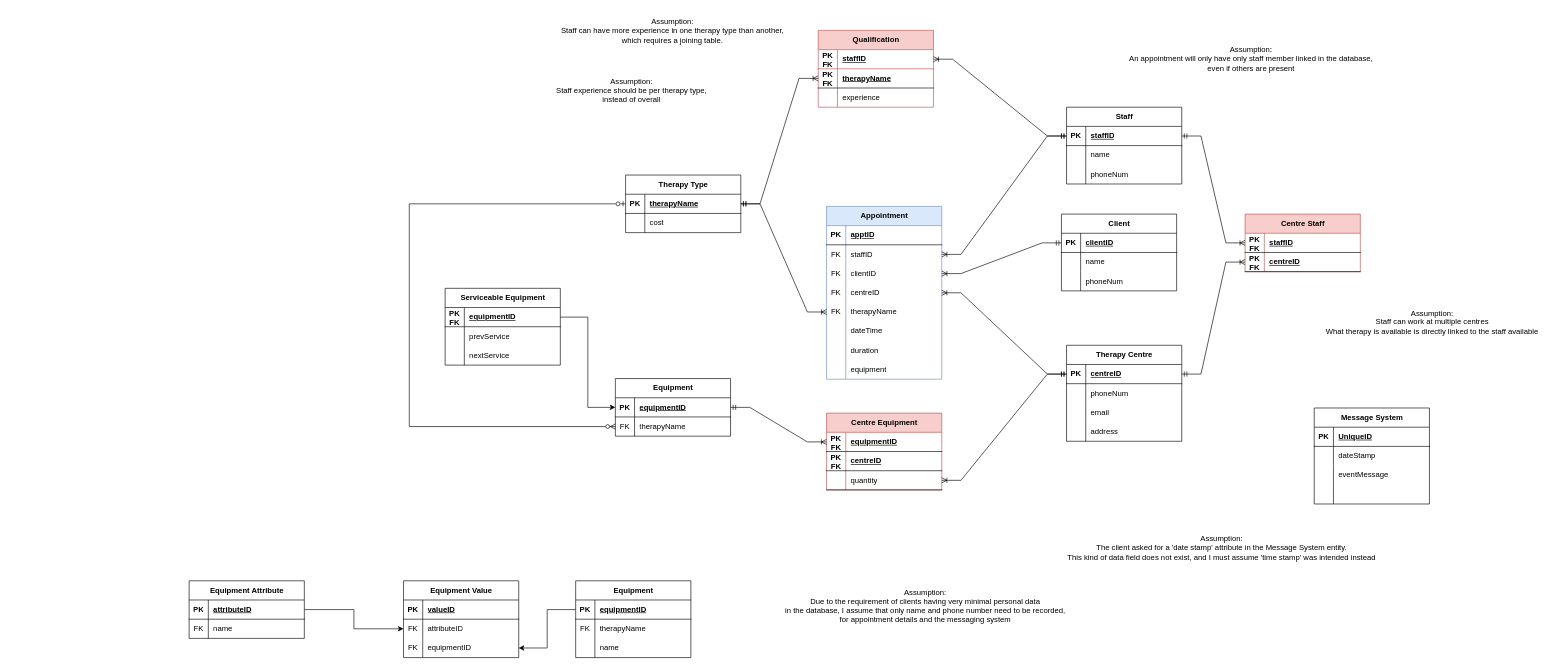
Earlier version of the draw.io diagram Task3a.drawio (Cowsox/Cowsox). Source tidied: cells renumbered, new cells numbered last; positions are measured from the earlier drawing's top-left corner, leaving out a move shared by most shapes. Both pictures are drawn from the tidied source at 64%, with x=0, y=0 at pixel (189, 13).
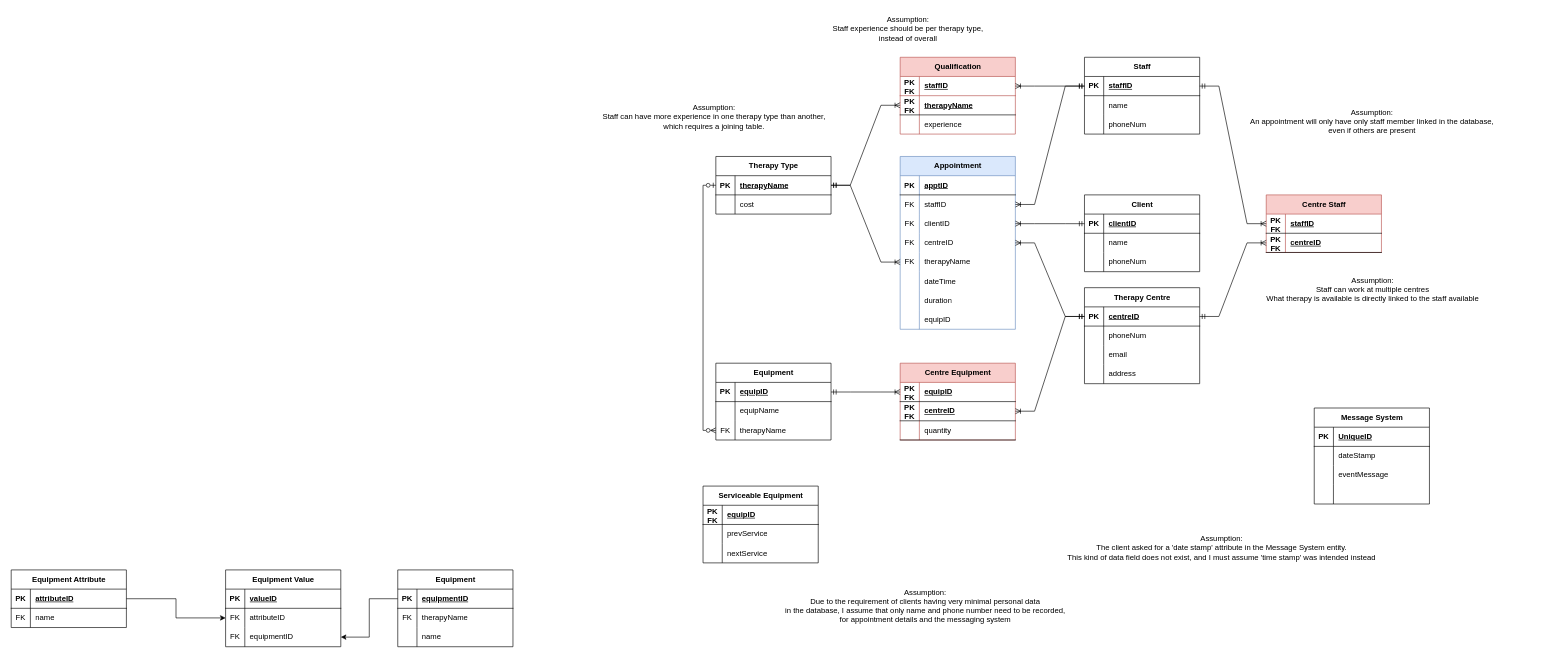
The same page after the edit.

Unchanged cells that the change refers to:
```xml
<mxCell id="23" style="shape=tableRow;horizontal=0;startSize=0;swimlaneHead=0;swimlaneBody=0;fillColor=none;points=[[0,0.5],[1,0.5]];portConstraint=eastwest;top=0;left=0;right=0;bottom=1;" parent="22" vertex="1">
  <mxGeometry y="30" width="180" height="30" as="geometry" />
</mxCell>
<mxCell id="65" style="shape=tableRow;horizontal=0;startSize=0;swimlaneHead=0;swimlaneBody=0;fillColor=none;top=0;left=0;right=0;bottom=0;" parent="43" vertex="1">
  <mxGeometry y="240" width="180" height="30" as="geometry" />
</mxCell>
<mxCell id="79" style="shape=tableRow;horizontal=0;startSize=0;swimlaneHead=0;swimlaneBody=0;fillColor=none;points=[[0,0.5],[1,0.5]];portConstraint=eastwest;top=0;left=0;right=0;bottom=1;" parent="78" vertex="1">
  <mxGeometry y="30" width="180" height="30" as="geometry" />
</mxCell>
<mxCell id="82" style="shape=tableRow;horizontal=0;startSize=0;swimlaneHead=0;swimlaneBody=0;fillColor=none;points=[[0,0.5],[1,0.5]];portConstraint=eastwest;top=0;left=0;right=0;bottom=1;" parent="78" vertex="1">
  <mxGeometry y="60" width="180" height="30" as="geometry" />
</mxCell>
<mxCell id="85" style="shape=tableRow;horizontal=0;startSize=0;swimlaneHead=0;swimlaneBody=0;fillColor=none;points=[[0,0.5],[1,0.5]];portConstraint=eastwest;top=0;left=0;right=0;bottom=1;" parent="78" vertex="1">
  <mxGeometry y="90" width="180" height="30" as="geometry" />
</mxCell>
<mxCell id="101" style="shape=tableRow;horizontal=0;startSize=0;swimlaneHead=0;swimlaneBody=0;fillColor=none;points=[[0,0.5],[1,0.5]];portConstraint=eastwest;top=0;left=0;right=0;bottom=1;" parent="100" vertex="1">
  <mxGeometry y="30" width="180" height="30" as="geometry" />
</mxCell>
<mxCell id="111" style="shape=tableRow;horizontal=0;startSize=0;swimlaneHead=0;swimlaneBody=0;fillColor=none;points=[[0,0.5],[1,0.5]];portConstraint=eastwest;top=0;left=0;right=0;bottom=1;" parent="110" vertex="1">
  <mxGeometry y="30" width="180" height="30" as="geometry" />
</mxCell>
```

The edit, as a diff of the source:
```diff
@@
     <mxCell id="2" value="Client" style="shape=table;startSize=30;childLayout=tableLayout;rowLines=0;fontStyle=1;align=center;html=1;" parent="1" vertex="1">
-      <mxGeometry x="1363" y="314" width="180" height="120" as="geometry" />
+      <mxGeometry x="1399" y="284" width="180" height="120" as="geometry" />
     </mxCell>
@@
     <mxCell id="12" value="Staff" style="shape=table;startSize=30;childLayout=tableLayout;rowLines=0;fontStyle=1;align=center;html=1;" parent="1" vertex="1">
-      <mxGeometry x="1371" y="147" width="180" height="120" as="geometry" />
+      <mxGeometry x="1399" y="69" width="180" height="120" as="geometry" />
     </mxCell>
@@
     <mxCell id="22" value="Therapy Centre" style="shape=table;startSize=30;childLayout=tableLayout;rowLines=0;fontStyle=1;align=center;html=1;" parent="1" vertex="1">
-      <mxGeometry x="1371" y="519" width="180" height="150" as="geometry" />
+      <mxGeometry x="1399" y="429" width="180" height="150" as="geometry" />
     </mxCell>
@@
-    <mxCell id="35" style="edgeStyle=orthogonalEdgeStyle;rounded=0;jettySize=auto;html=1;exitX=0;exitY=0.5;exitDx=0;exitDy=0;entryX=0;entryY=0.5;entryDx=0;entryDy=0;startArrow=ERzeroToOne;startFill=0;endArrow=ERzeroToMany;endFill=0;" parent="1" edge="1" source="36" target="114">
-      <mxGeometry relative="1" as="geometry">
-        <Array as="points">
-          <mxPoint x="344" y="298" />
-          <mxPoint x="344" y="646" />
-        </Array>
-      </mxGeometry>
+    <mxCell id="35" style="edgeStyle=orthogonalEdgeStyle;rounded=0;jettySize=auto;html=1;exitX=0;exitY=0.5;exitDx=0;exitDy=0;startArrow=ERzeroToOne;startFill=0;endArrow=ERzeroToMany;endFill=0;entryX=0;entryY=0.5;entryDx=0;entryDy=0;" parent="1" edge="1" source="36" target="114">
+      <mxGeometry relative="1" as="geometry" />
     </mxCell>
     <mxCell id="36" value="Therapy Type" style="shape=table;startSize=30;childLayout=tableLayout;rowLines=0;fontStyle=1;align=center;html=1;" parent="1" vertex="1">
-      <mxGeometry x="682" y="253" width="180" height="90" as="geometry" />
+      <mxGeometry x="823" y="224" width="180" height="90" as="geometry" />
     </mxCell>
@@
     <mxCell id="43" value="Appointment" style="shape=table;startSize=30;childLayout=tableLayout;rowLines=0;fontStyle=1;align=center;html=1;fillColor=#dae8fc;strokeColor=#6c8ebf;" parent="1" vertex="1">
-      <mxGeometry x="996" y="302" width="180" height="270" as="geometry" />
+      <mxGeometry x="1111" y="224" width="180" height="270" as="geometry" />
     </mxCell>
@@
-    <mxCell id="67" value="equipment" style="shape=partialRectangle;fillColor=none;top=0;left=0;bottom=0;right=0;align=left;spacingLeft=6;overflow=hidden;whiteSpace=wrap;html=1;" parent="65" vertex="1">
+    <mxCell id="67" value="equipID" style="shape=partialRectangle;fillColor=none;top=0;left=0;bottom=0;right=0;align=left;spacingLeft=6;overflow=hidden;whiteSpace=wrap;html=1;" parent="65" vertex="1">
       <mxGeometry x="30" width="150" height="30" as="geometry" />
     </mxCell>
     <mxCell id="68" value="Centre Staff" style="shape=table;startSize=30;childLayout=tableLayout;rowLines=0;fontStyle=1;align=center;html=1;fillColor=#f8cecc;strokeColor=#b85450;" parent="1" vertex="1">
-      <mxGeometry x="1650" y="314" width="180" height="90" as="geometry" />
+      <mxGeometry x="1683" y="284" width="180" height="90" as="geometry" />
     </mxCell>
@@
     <mxCell id="78" value="Centre Equipment" style="shape=table;startSize=30;childLayout=tableLayout;rowLines=0;fontStyle=1;align=center;html=1;fillColor=#f8cecc;strokeColor=#b85450;" parent="1" vertex="1">
-      <mxGeometry x="996" y="625" width="180" height="120" as="geometry" />
+      <mxGeometry x="1111" y="547" width="180" height="120" as="geometry" />
     </mxCell>
@@
-    <mxCell id="81" value="equipmentID" style="shape=partialRectangle;fillColor=none;top=0;left=0;bottom=0;right=0;align=left;spacingLeft=6;fontStyle=5;overflow=hidden;whiteSpace=wrap;html=1;" parent="79" vertex="1">
+    <mxCell id="81" value="equipID" style="shape=partialRectangle;fillColor=none;top=0;left=0;bottom=0;right=0;align=left;spacingLeft=6;fontStyle=5;overflow=hidden;whiteSpace=wrap;html=1;" parent="79" vertex="1">
       <mxGeometry x="30" width="150" height="30" as="geometry" />
     </mxCell>
@@
     <mxCell id="88" value="Qualification" style="shape=table;startSize=30;childLayout=tableLayout;rowLines=0;fontStyle=1;align=center;html=1;fillColor=#f8cecc;strokeColor=#b85450;" parent="1" vertex="1">
-      <mxGeometry x="983" y="27" width="180" height="120" as="geometry" />
+      <mxGeometry x="1111" y="69" width="180" height="120" as="geometry" />
     </mxCell>
@@
     <mxCell id="100" value="Serviceable Equipment" style="shape=table;startSize=30;childLayout=tableLayout;rowLines=0;fontStyle=1;align=center;html=1;" parent="1" vertex="1">
-      <mxGeometry x="400" y="430" width="180" height="120" as="geometry" />
+      <mxGeometry x="803" y="739" width="180" height="120" as="geometry" />
     </mxCell>
@@
-    <mxCell id="103" value="equipmentID" style="shape=partialRectangle;fillColor=none;top=0;left=0;bottom=0;right=0;align=left;spacingLeft=6;fontStyle=5;overflow=hidden;whiteSpace=wrap;html=1;" parent="101" vertex="1">
+    <mxCell id="103" value="equipID" style="shape=partialRectangle;fillColor=none;top=0;left=0;bottom=0;right=0;align=left;spacingLeft=6;fontStyle=5;overflow=hidden;whiteSpace=wrap;html=1;" parent="101" vertex="1">
       <mxGeometry x="30" width="150" height="30" as="geometry" />
     </mxCell>
@@
     <mxCell id="110" value="Equipment" style="shape=table;startSize=30;childLayout=tableLayout;rowLines=0;fontStyle=1;align=center;html=1;" parent="1" vertex="1">
-      <mxGeometry x="666" y="571" width="180" height="90" as="geometry" />
+      <mxGeometry x="823" y="547" width="180" height="120" as="geometry" />
     </mxCell>
@@
-    <mxCell id="113" value="equipmentID" style="shape=partialRectangle;fillColor=none;top=0;left=0;bottom=0;right=0;align=left;spacingLeft=6;fontStyle=5;overflow=hidden;whiteSpace=wrap;html=1;" parent="111" vertex="1">
+    <mxCell id="113" value="equipID" style="shape=partialRectangle;fillColor=none;top=0;left=0;bottom=0;right=0;align=left;spacingLeft=6;fontStyle=5;overflow=hidden;whiteSpace=wrap;html=1;" parent="111" vertex="1">
       <mxGeometry x="30" width="150" height="30" as="geometry" />
     </mxCell>
+    <mxCell id="171" style="shape=tableRow;horizontal=0;startSize=0;swimlaneHead=0;swimlaneBody=0;fillColor=none;top=0;left=0;right=0;bottom=0;" parent="110" vertex="1">
+      <mxGeometry y="60" width="180" height="30" as="geometry" />
+    </mxCell>
+    <mxCell id="172" style="shape=partialRectangle;fillColor=none;top=0;left=0;bottom=0;right=0;overflow=hidden;whiteSpace=wrap;html=1;" parent="171" vertex="1">
+      <mxGeometry width="30" height="30" as="geometry" />
+    </mxCell>
+    <mxCell id="173" value="equipName" style="shape=partialRectangle;fillColor=none;top=0;left=0;bottom=0;right=0;align=left;spacingLeft=6;overflow=hidden;whiteSpace=wrap;html=1;" parent="171" vertex="1">
+      <mxGeometry x="30" width="150" height="30" as="geometry" />
+    </mxCell>
     <mxCell id="114" style="shape=tableRow;horizontal=0;startSize=0;swimlaneHead=0;swimlaneBody=0;fillColor=none;points=[[0,0.5],[1,0.5]];portConstraint=eastwest;top=0;left=0;right=0;bottom=0;" parent="110" vertex="1">
-      <mxGeometry y="60" width="180" height="30" as="geometry" />
+      <mxGeometry y="90" width="180" height="30" as="geometry" />
     </mxCell>
@@
-    <mxCell id="117" style="edgeStyle=orthogonalEdgeStyle;rounded=0;jettySize=auto;html=1;exitX=1;exitY=0.5;exitDx=0;exitDy=0;entryX=0;entryY=0.5;entryDx=0;entryDy=0;" parent="1" edge="1" source="101" target="111">
-      <mxGeometry relative="1" as="geometry" />
-    </mxCell>
@@
-    <mxCell id="119" style="edgeStyle=entityRelationEdgeStyle;rounded=0;jettySize=auto;html=1;exitX=1;exitY=0.5;exitDx=0;exitDy=0;entryX=0;entryY=0.5;entryDx=0;entryDy=0;endArrow=ERmandOne;endFill=0;startArrow=ERoneToMany;startFill=0;" parent="1" edge="1" source="85" target="23">
+    <mxCell id="119" style="edgeStyle=entityRelationEdgeStyle;rounded=0;jettySize=auto;html=1;exitX=1;exitY=0.5;exitDx=0;exitDy=0;entryX=0;entryY=0.5;entryDx=0;entryDy=0;endArrow=ERmandOne;endFill=0;startArrow=ERoneToMany;startFill=0;" parent="1" edge="1" source="82" target="23">
       <mxGeometry relative="1" as="geometry" />
     </mxCell>
@@
     <mxCell id="123" value="&lt;div&gt;Assumption:&lt;/div&gt;&lt;div&gt;An appointment will only have only staff member linked in the database,&lt;/div&gt;&lt;div&gt;even if others are present&lt;br&gt;&lt;/div&gt;" style="text;html=1;align=center;verticalAlign=middle;strokeColor=none;fillColor=none;" parent="1" vertex="1">
-      <mxGeometry x="1460" y="44" width="398" height="55" as="geometry" />
+      <mxGeometry x="1649" y="141" width="398" height="55" as="geometry" />
     </mxCell>
     <mxCell id="124" value="&lt;div&gt;Assumption:&lt;/div&gt;&lt;div&gt;Staff can have more experience in one therapy type than another,&lt;/div&gt;&lt;div&gt;which requires a joining table.&lt;br&gt;&lt;/div&gt;" style="text;html=1;align=center;verticalAlign=middle;strokeColor=none;fillColor=none;" parent="1" vertex="1">
-      <mxGeometry x="572" width="366" height="55" as="geometry" />
+      <mxGeometry x="637" y="134" width="366" height="55" as="geometry" />
     </mxCell>
     <mxCell id="125" value="&lt;div&gt;Assumption:&lt;/div&gt;&lt;div&gt;Staff can work at multiple centres&lt;/div&gt;&lt;div&gt;What therapy is available is directly linked to the staff available&lt;br&gt;&lt;/div&gt;" style="text;html=1;align=center;verticalAlign=middle;strokeColor=none;fillColor=none;" parent="1" vertex="1">
-      <mxGeometry x="1767" y="455" width="350" height="55" as="geometry" />
+      <mxGeometry x="1674" y="404" width="350" height="55" as="geometry" />
     </mxCell>
     <mxCell id="126" value="Equipment" style="shape=table;startSize=30;childLayout=tableLayout;rowLines=0;fontStyle=1;align=center;html=1;" parent="1" vertex="1">
-      <mxGeometry x="604" y="887" width="180" height="120" as="geometry" />
+      <mxGeometry x="326" y="870" width="180" height="120" as="geometry" />
     </mxCell>
@@
     <mxCell id="136" value="Equipment Value" style="shape=table;startSize=30;childLayout=tableLayout;rowLines=0;fontStyle=1;align=center;html=1;" parent="1" vertex="1">
-      <mxGeometry x="335" y="887" width="180" height="120" as="geometry" />
+      <mxGeometry x="57" y="870" width="180" height="120" as="geometry" />
     </mxCell>
@@
     <mxCell id="146" value="Equipment Attribute" style="shape=table;startSize=30;childLayout=tableLayout;rowLines=0;fontStyle=1;align=center;html=1;" parent="1" vertex="1">
-      <mxGeometry y="887" width="180" height="90" as="geometry" />
+      <mxGeometry x="-278" y="870" width="180" height="90" as="geometry" />
     </mxCell>
@@
     <mxCell id="155" value="Assumption:&lt;div&gt;Staff experience should be per therapy type,&lt;/div&gt;&lt;div&gt;instead of overall&lt;/div&gt;" style="text;html=1;align=center;verticalAlign=middle;strokeColor=none;fillColor=none;" parent="1" vertex="1">
-      <mxGeometry x="564" y="93" width="253" height="55" as="geometry" />
+      <mxGeometry x="996" y="-3" width="253" height="55" as="geometry" />
     </mxCell>
```
